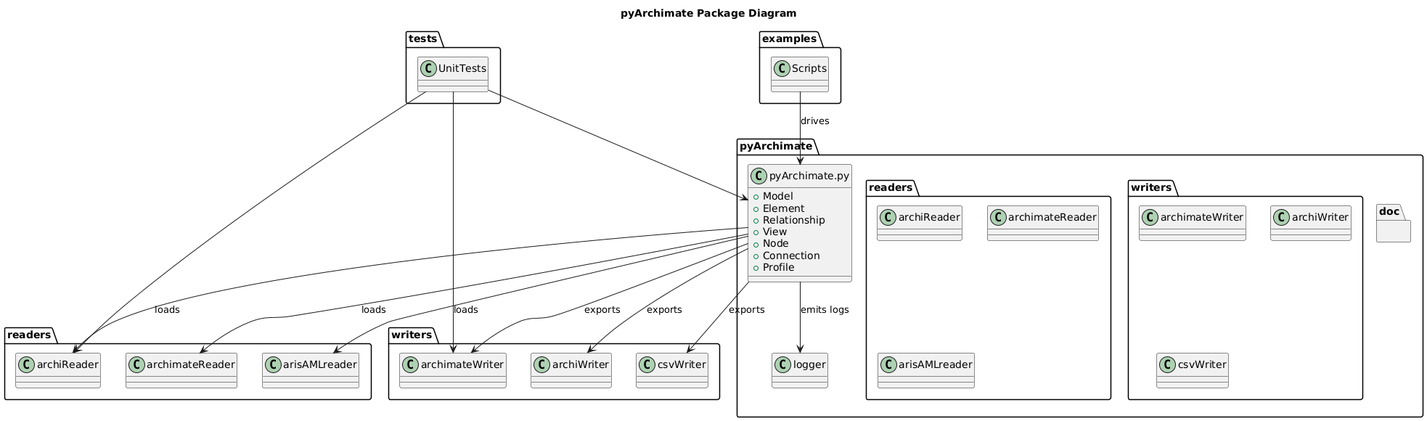
Above: docs/diagrams/package.png in pyArchimate/pyArchimate (PlantUML), before the change. The source it was exported from:
```plantuml
@startuml
title pyArchimate Package Diagram

package "pyArchimate" {
  class "pyArchimate.py" as Core {
    + Model
    + Element
    + Relationship
    + View
    + Node
    + Connection
    + Profile
  }
  package readers {
    class archiReader
    class archimateReader
    class arisAMLreader
  }
  package writers {
    class archimateWriter
    class archiWriter
    class csvWriter
  }
  class logger
  package doc {}
}
package examples {
  class Scripts
}
package tests {
  class UnitTests
}
Core --> readers.archiReader : loads
Core --> readers.archimateReader : loads
Core --> readers.arisAMLreader : loads
Core --> writers.archimateWriter : exports
Core --> writers.archiWriter : exports
Core --> writers.csvWriter : exports
Core --> logger : emits logs
examples.Scripts --> Core : drives
tests.UnitTests --> Core
tests.UnitTests --> readers.archiReader
tests.UnitTests --> writers.archimateWriter
@enduml
```
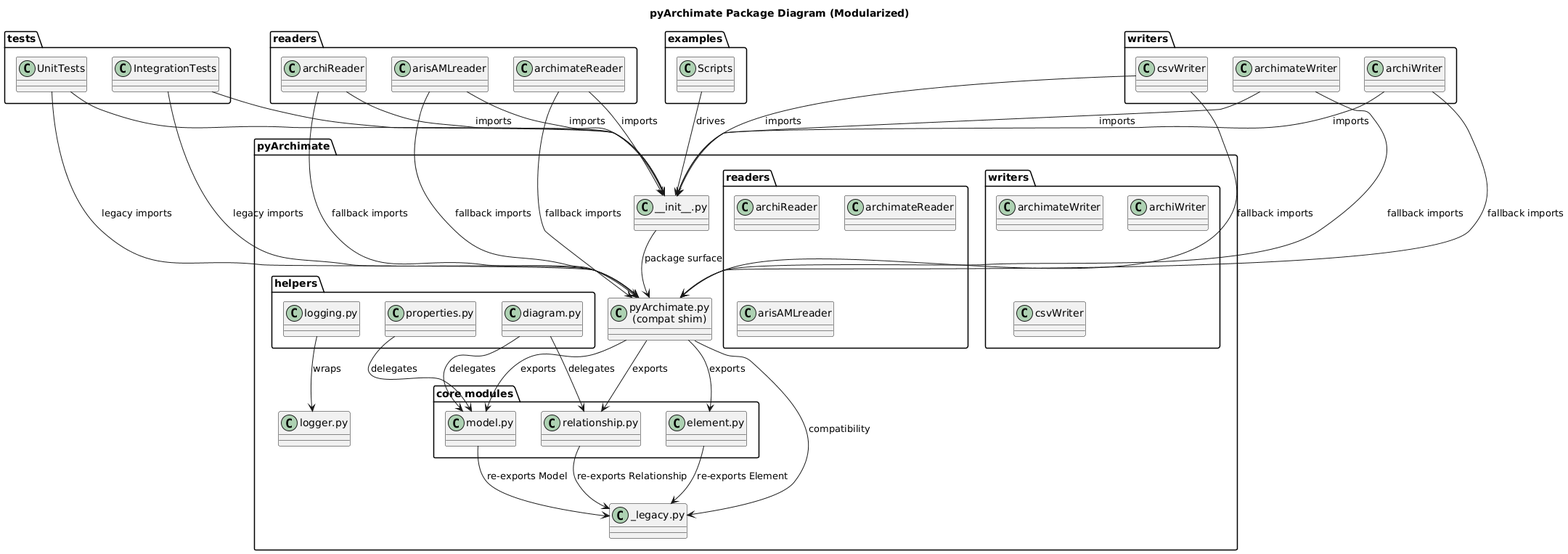
After the commit.

The edit, as a diff of the source:
```diff
@@ -1,44 +1,74 @@
 @startuml
-title pyArchimate Package Diagram
+title pyArchimate Package Diagram (Modularized)
 
 package "pyArchimate" {
-  class "pyArchimate.py" as Core {
-    + Model
-    + Element
-    + Relationship
-    + View
-    + Node
-    + Connection
-    + Profile
+  package "core modules" {
+    class "model.py" as ModelModule
+    class "element.py" as ElementModule
+    class "relationship.py" as RelationshipModule
   }
+
+  package "helpers" {
+    class "diagram.py" as DiagramHelper
+    class "properties.py" as PropertyHelper
+    class "logging.py" as LoggingHelper
+  }
+
+  class "_legacy.py" as Legacy
+  class "pyArchimate.py\n(compat shim)" as Shim
+  class "__init__.py" as PackageInit
+
   package readers {
     class archiReader
     class archimateReader
     class arisAMLreader
   }
+
   package writers {
     class archimateWriter
     class archiWriter
     class csvWriter
   }
-  class logger
-  package doc {}
+
+  class "logger.py" as LoggerModule
 }
+
 package examples {
   class Scripts
 }
+
 package tests {
   class UnitTests
+  class IntegrationTests
 }
-Core --> readers.archiReader : loads
-Core --> readers.archimateReader : loads
-Core --> readers.arisAMLreader : loads
-Core --> writers.archimateWriter : exports
-Core --> writers.archiWriter : exports
-Core --> writers.csvWriter : exports
-Core --> logger : emits logs
-examples.Scripts --> Core : drives
-tests.UnitTests --> Core
-tests.UnitTests --> readers.archiReader
-tests.UnitTests --> writers.archimateWriter
+
+ModelModule --> Legacy : re-exports Model
+ElementModule --> Legacy : re-exports Element
+RelationshipModule --> Legacy : re-exports Relationship
+DiagramHelper --> ModelModule : delegates
+DiagramHelper --> RelationshipModule : delegates
+PropertyHelper --> ModelModule : delegates
+LoggingHelper --> LoggerModule : wraps
+Shim --> ModelModule : exports
+Shim --> ElementModule : exports
+Shim --> RelationshipModule : exports
+Shim --> Legacy : compatibility
+PackageInit --> Shim : package surface
+readers.archiReader --> PackageInit : imports
+readers.archimateReader --> PackageInit : imports
+readers.arisAMLreader --> PackageInit : imports
+writers.archimateWriter --> PackageInit : imports
+writers.archiWriter --> PackageInit : imports
+writers.csvWriter --> PackageInit : imports
+examples.Scripts --> PackageInit : drives
+tests.UnitTests --> PackageInit
+tests.IntegrationTests --> PackageInit
+readers.archiReader --> Shim : fallback imports
+readers.archimateReader --> Shim : fallback imports
+readers.arisAMLreader --> Shim : fallback imports
+writers.archimateWriter --> Shim : fallback imports
+writers.archiWriter --> Shim : fallback imports
+writers.csvWriter --> Shim : fallback imports
+tests.UnitTests --> Shim : legacy imports
+tests.IntegrationTests --> Shim : legacy imports
 @enduml
```
